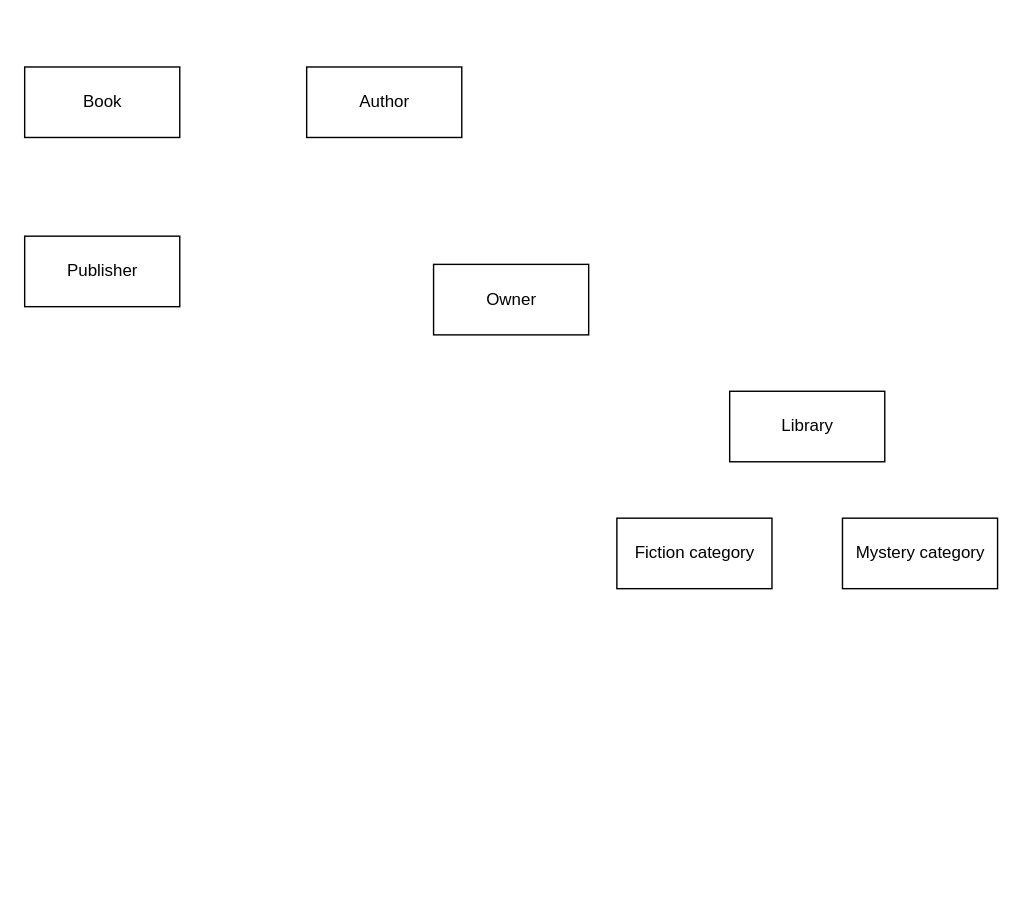
njmihakim/Week2ClassDiagram keeps this draw.io diagram as Exercise3.drawio. Above is the earlier version. Source tidied: cells renumbered, new cells numbered last; positions are measured from the earlier drawing's top-left corner, leaving out a move shared by most shapes. Both pictures are drawn from the tidied source at 141%, with x=0, y=0 at pixel (24, 66).
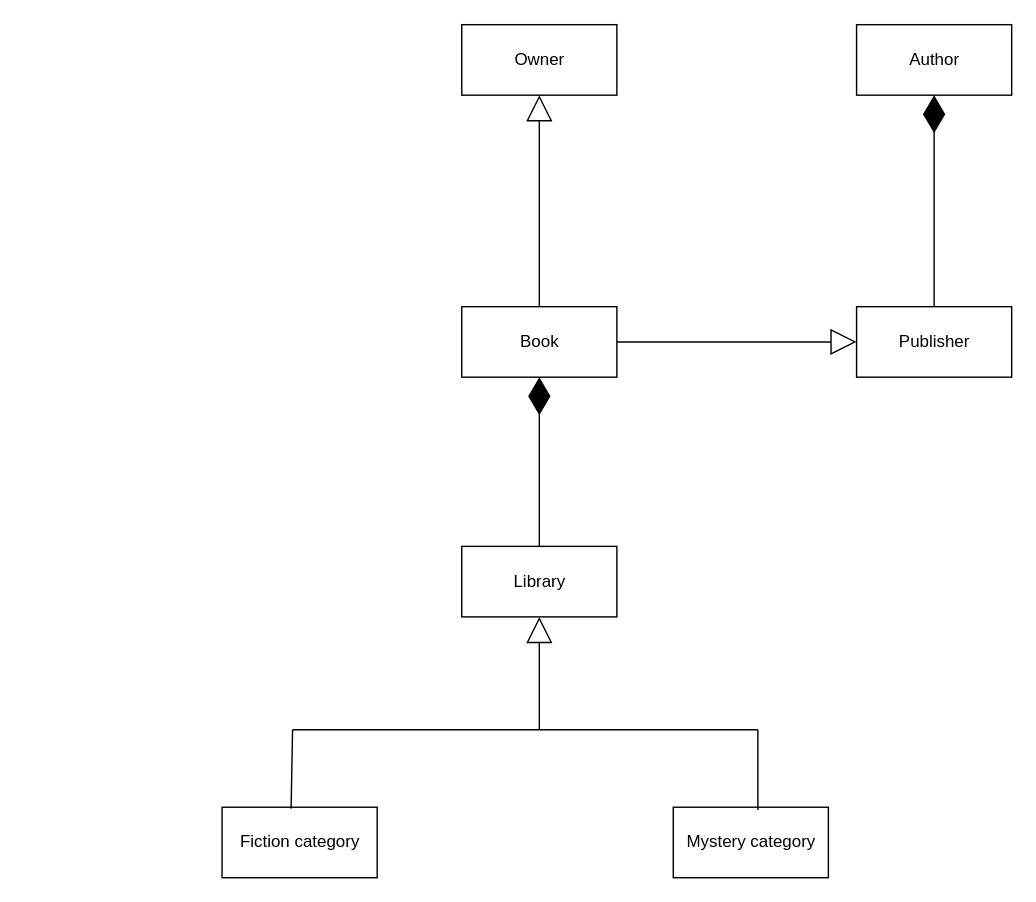
After the change.

Diff of the diagram source:
```diff
@@
     <mxCell id="2" value="Book" style="html=1;" parent="1" vertex="1">
-      <mxGeometry width="110" height="50" as="geometry" />
+      <mxGeometry x="310" y="170" width="110" height="50" as="geometry" />
     </mxCell>
     <mxCell id="3" value="Author" style="html=1;" parent="1" vertex="1">
-      <mxGeometry x="200" width="110" height="50" as="geometry" />
+      <mxGeometry x="590" y="-30" width="110" height="50" as="geometry" />
     </mxCell>
     <mxCell id="4" value="Owner" style="html=1;" parent="1" vertex="1">
-      <mxGeometry x="290" y="140" width="110" height="50" as="geometry" />
+      <mxGeometry x="310" y="-30" width="110" height="50" as="geometry" />
     </mxCell>
     <mxCell id="5" value="Publisher" style="html=1;" parent="1" vertex="1">
-      <mxGeometry y="120" width="110" height="50" as="geometry" />
+      <mxGeometry x="590" y="170" width="110" height="50" as="geometry" />
     </mxCell>
     <mxCell id="6" value="Library" style="html=1;" parent="1" vertex="1">
-      <mxGeometry x="500" y="230" width="110" height="50" as="geometry" />
+      <mxGeometry x="310" y="340" width="110" height="50" as="geometry" />
     </mxCell>
     <mxCell id="7" value="Fiction category" style="html=1;" parent="1" vertex="1">
-      <mxGeometry x="420" y="320" width="110" height="50" as="geometry" />
+      <mxGeometry x="140" y="525" width="110" height="50" as="geometry" />
     </mxCell>
     <mxCell id="8" value="Mystery category" style="html=1;" parent="1" vertex="1">
-      <mxGeometry x="580" y="320" width="110" height="50" as="geometry" />
+      <mxGeometry x="460" y="525" width="110" height="50" as="geometry" />
     </mxCell>
+    <mxCell id="9" style="endArrow=none;html=1;" parent="1" edge="1">
+      <mxGeometry relative="1" as="geometry">
+        <mxPoint x="190" y="470" as="sourcePoint" />
+        <mxPoint x="520" y="470" as="targetPoint" />
+      </mxGeometry>
+    </mxCell>
+    <mxCell id="10" style="endArrow=none;html=1;exitX=0.445;exitY=0.02;exitDx=0;exitDy=0;exitPerimeter=0;" parent="1" edge="1" source="7">
+      <mxGeometry relative="1" as="geometry">
+        <mxPoint x="190" y="470" as="targetPoint" />
+      </mxGeometry>
+    </mxCell>
+    <mxCell id="11" style="endArrow=none;html=1;" parent="1" edge="1">
+      <mxGeometry relative="1" as="geometry">
+        <mxPoint x="520" y="527" as="sourcePoint" />
+        <mxPoint x="520" y="470" as="targetPoint" />
+      </mxGeometry>
+    </mxCell>
+    <mxCell id="12" style="endArrow=block;endSize=16;endFill=0;html=1;entryX=0.5;entryY=1;entryDx=0;entryDy=0;" parent="1" edge="1" target="6">
+      <mxGeometry relative="1" as="geometry">
+        <mxPoint x="365" y="470" as="sourcePoint" />
+      </mxGeometry>
+    </mxCell>
+    <mxCell id="13" style="endArrow=diamondThin;endFill=1;endSize=24;html=1;entryX=0.5;entryY=1;entryDx=0;entryDy=0;exitX=0.5;exitY=0;exitDx=0;exitDy=0;" parent="1" edge="1" source="6" target="2">
+      <mxGeometry relative="1" as="geometry" />
+    </mxCell>
+    <mxCell id="14" style="endArrow=block;endSize=16;endFill=0;html=1;entryX=0.5;entryY=1;entryDx=0;entryDy=0;exitX=0.5;exitY=0;exitDx=0;exitDy=0;" parent="1" edge="1" source="2" target="4">
+      <mxGeometry relative="1" as="geometry" />
+    </mxCell>
+    <mxCell id="15" style="endArrow=diamondThin;endFill=1;endSize=24;html=1;entryX=0.5;entryY=1;entryDx=0;entryDy=0;exitX=0.5;exitY=0;exitDx=0;exitDy=0;" parent="1" edge="1" source="5" target="3">
+      <mxGeometry relative="1" as="geometry" />
+    </mxCell>
+    <mxCell id="16" style="endArrow=block;endSize=16;endFill=0;html=1;exitX=1;exitY=0.5;exitDx=0;exitDy=0;" parent="1" edge="1" source="2">
+      <mxGeometry relative="1" as="geometry">
+        <mxPoint x="590" y="195" as="targetPoint" />
+      </mxGeometry>
+    </mxCell>
```
